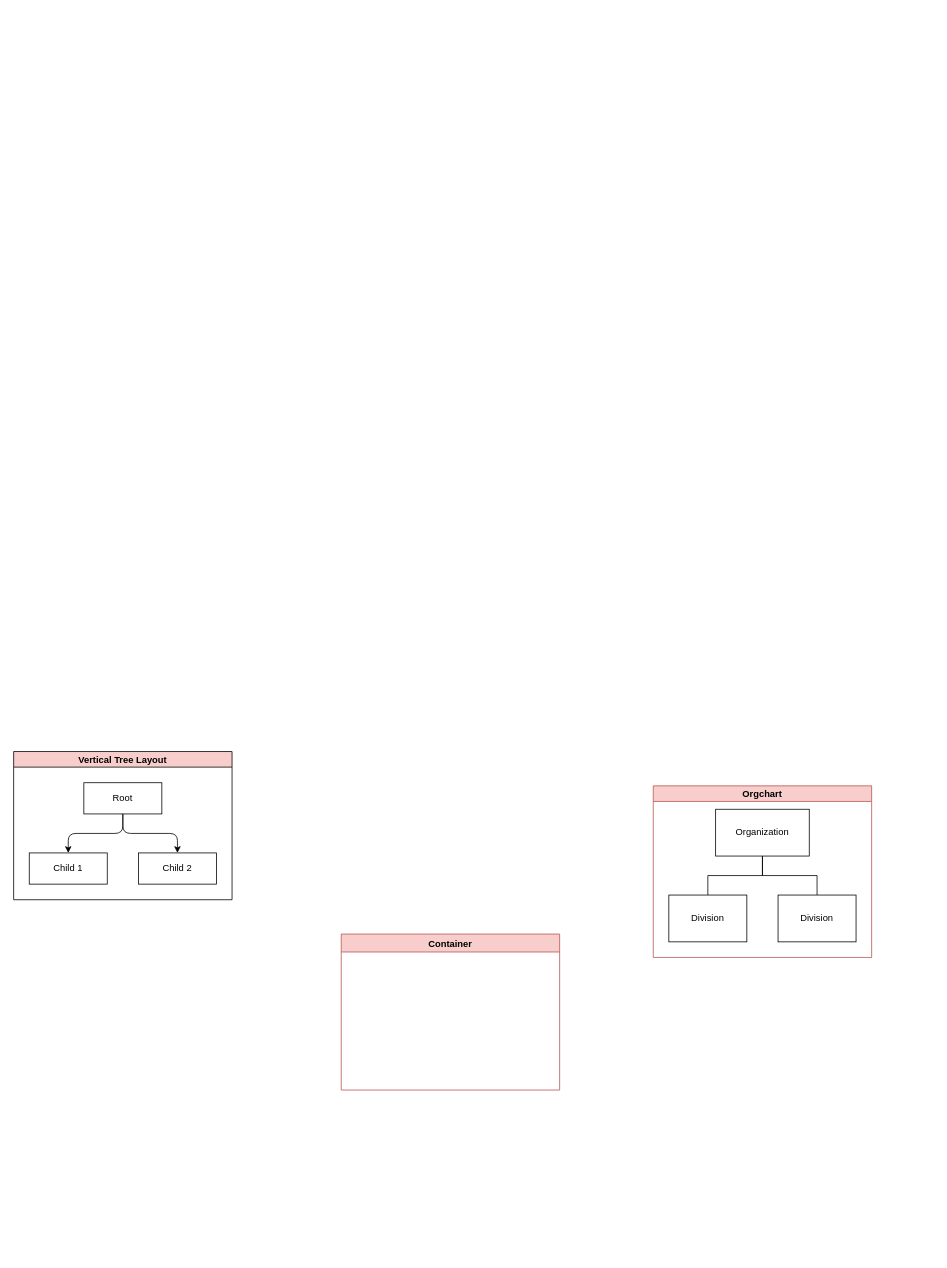
The draw.io diagram Диаграмма без названия.drawio in farums/diagrams, before the edit. Source tidied: cells renumbered, new cells numbered last; positions are measured from the earlier drawing's top-left corner, leaving out a move shared by most shapes. Both pictures are drawn from the tidied source at 78%, with x=0, y=0 at pixel (13, 751).
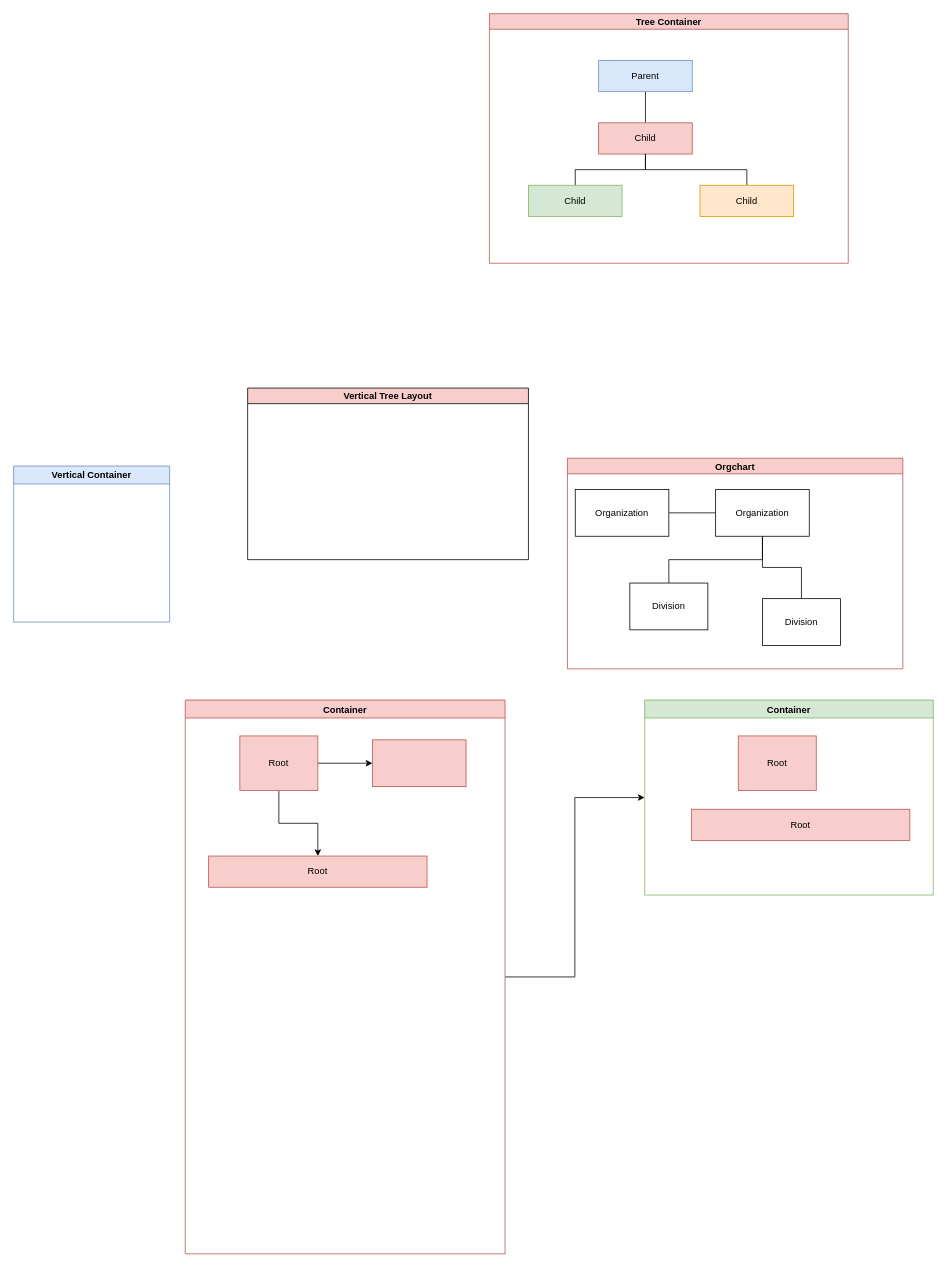
The same diagram, later.

Change to the diagram source:
```diff
@@
     <mxCell id="2" value="Vertical Tree Layout" style="swimlane;startSize=20;horizontal=1;horizontalTree=0;containerType=tree;fontSize=12;fillColor=#f8cecc;strokeColor=default;fillStyle=auto;gradientColor=none;swimlaneFillColor=default;" parent="1" vertex="1">
-      <mxGeometry width="280" height="190" as="geometry" />
+      <mxGeometry x="300" y="-466" width="360" height="220" as="geometry" />
     </mxCell>
-    <mxCell id="3" value="Root" style="whiteSpace=wrap;html=1;" parent="2" vertex="1">
-      <mxGeometry x="90" y="40" width="100" height="40" as="geometry" />
-    </mxCell>
-    <mxCell id="4" value="Child 1" style="whiteSpace=wrap;html=1;" parent="2" vertex="1">
-      <mxGeometry x="20" y="130" width="100" height="40" as="geometry" />
-    </mxCell>
-    <mxCell id="5" style="edgeStyle=elbowEdgeStyle;elbow=vertical;html=1;rounded=1;curved=0;sourcePerimeterSpacing=0;targetPerimeterSpacing=0;startSize=6;endSize=6;" parent="2" edge="1" source="3" target="4">
-      <mxGeometry relative="1" as="geometry" />
-    </mxCell>
-    <mxCell id="6" value="Child 2" style="whiteSpace=wrap;html=1;" parent="2" vertex="1">
-      <mxGeometry x="160" y="130" width="100" height="40" as="geometry" />
-    </mxCell>
-    <mxCell id="7" style="edgeStyle=elbowEdgeStyle;elbow=vertical;html=1;rounded=1;curved=0;sourcePerimeterSpacing=0;targetPerimeterSpacing=0;startSize=6;endSize=6;" parent="2" edge="1" source="3" target="6">
-      <mxGeometry relative="1" as="geometry" />
-    </mxCell>
     <mxCell id="8" value="Orgchart" style="swimlane;startSize=20;horizontal=1;containerType=tree;newEdgeStyle={&quot;edgeStyle&quot;:&quot;elbowEdgeStyle&quot;,&quot;startArrow&quot;:&quot;none&quot;,&quot;endArrow&quot;:&quot;none&quot;};fillColor=#f8cecc;strokeColor=#b85450;" parent="1" vertex="1">
-      <mxGeometry x="820" y="44" width="280" height="220" as="geometry" />
+      <mxGeometry x="710" y="-376" width="430" height="270" as="geometry" />
     </mxCell>
@@
     <mxCell id="11" value="Organization" style="whiteSpace=wrap;html=1;align=center;newEdgeStyle={&quot;edgeStyle&quot;:&quot;elbowEdgeStyle&quot;,&quot;startArrow&quot;:&quot;none&quot;,&quot;endArrow&quot;:&quot;none&quot;};" parent="8" vertex="1">
-      <mxGeometry x="80" y="30" width="120" height="60" as="geometry" />
+      <mxGeometry x="190" y="40" width="120" height="60" as="geometry" />
     </mxCell>
     <mxCell id="12" value="Division" style="whiteSpace=wrap;html=1;align=center;verticalAlign=middle;newEdgeStyle={&quot;edgeStyle&quot;:&quot;elbowEdgeStyle&quot;,&quot;startArrow&quot;:&quot;none&quot;,&quot;endArrow&quot;:&quot;none&quot;};" parent="8" vertex="1">
-      <mxGeometry x="20" y="140" width="100" height="60" as="geometry" />
+      <mxGeometry x="80" y="160" width="100" height="60" as="geometry" />
     </mxCell>
     <mxCell id="13" value="Division" style="whiteSpace=wrap;html=1;align=center;verticalAlign=middle;newEdgeStyle={&quot;edgeStyle&quot;:&quot;elbowEdgeStyle&quot;,&quot;startArrow&quot;:&quot;none&quot;,&quot;endArrow&quot;:&quot;none&quot;};" parent="8" vertex="1">
-      <mxGeometry x="160" y="140" width="100" height="60" as="geometry" />
+      <mxGeometry x="250" y="180" width="100" height="60" as="geometry" />
     </mxCell>
+    <mxCell id="15" style="edgeStyle=elbowEdgeStyle;rounded=0;jettySize=auto;html=1;elbow=horizontal;startArrow=none;endArrow=none;" parent="8" edge="1" source="11" target="16">
+      <mxGeometry relative="1" as="geometry" />
+    </mxCell>
+    <mxCell id="16" value="Organization" style="whiteSpace=wrap;html=1;align=center;newEdgeStyle={&quot;edgeStyle&quot;:&quot;elbowEdgeStyle&quot;,&quot;startArrow&quot;:&quot;none&quot;,&quot;endArrow&quot;:&quot;none&quot;};" parent="8" vertex="1">
+      <mxGeometry x="10" y="40" width="120" height="60" as="geometry" />
+    </mxCell>
+    <mxCell id="17" style="edgeStyle=orthogonalEdgeStyle;rounded=0;jettySize=auto;html=1;" parent="1" edge="1" source="14" target="22">
+      <mxGeometry relative="1" as="geometry" />
+    </mxCell>
     <mxCell id="14" value="Container" style="swimlane;fillColor=#f8cecc;strokeColor=#b85450;" parent="1" vertex="1">
-      <mxGeometry x="420" y="234" width="280" height="200" as="geometry" />
+      <mxGeometry x="220" y="-66" width="410" height="710" as="geometry" />
     </mxCell>
+    <mxCell id="18" style="edgeStyle=orthogonalEdgeStyle;rounded=0;jettySize=auto;html=1;" parent="14" edge="1" source="3" target="21">
+      <mxGeometry relative="1" as="geometry" />
+    </mxCell>
+    <mxCell id="19" style="edgeStyle=orthogonalEdgeStyle;rounded=0;jettySize=auto;html=1;" parent="14" edge="1" source="3" target="20">
+      <mxGeometry relative="1" as="geometry" />
+    </mxCell>
+    <mxCell id="3" value="Root" style="whiteSpace=wrap;html=1;fillColor=#f8cecc;strokeColor=#b85450;" parent="14" vertex="1">
+      <mxGeometry x="70" y="46" width="100" height="70" as="geometry" />
+    </mxCell>
+    <mxCell id="20" value="Root" style="whiteSpace=wrap;html=1;fillColor=#f8cecc;strokeColor=#b85450;" parent="14" vertex="1">
+      <mxGeometry x="30" y="200" width="280" height="40" as="geometry" />
+    </mxCell>
+    <mxCell id="21" style="whiteSpace=wrap;html=1;fillColor=#f8cecc;strokeColor=#b85450;" parent="14" vertex="1">
+      <mxGeometry x="240" y="51" width="120" height="60" as="geometry" />
+    </mxCell>
+    <mxCell id="22" value="Container" style="swimlane;fillColor=#d5e8d4;strokeColor=#82b366;gradientColor=none;swimlaneFillColor=none;shadow=0;rounded=0;glass=0;absoluteArcSize=0;noLabel=0;snapToPoint=0;fixDash=0;" parent="1" vertex="1">
+      <mxGeometry x="809" y="-66" width="370" height="250" as="geometry" />
+    </mxCell>
+    <mxCell id="23" value="Root" style="whiteSpace=wrap;html=1;fillColor=#f8cecc;strokeColor=#b85450;" parent="22" vertex="1">
+      <mxGeometry x="120" y="46" width="100" height="70" as="geometry" />
+    </mxCell>
+    <mxCell id="24" value="Root" style="whiteSpace=wrap;html=1;fillColor=#f8cecc;strokeColor=#b85450;" parent="22" vertex="1">
+      <mxGeometry x="60" y="140" width="280" height="40" as="geometry" />
+    </mxCell>
+    <mxCell id="25" value="Vertical Container" style="swimlane;whiteSpace=wrap;html=1;fillColor=#dae8fc;strokeColor=#6c8ebf;" parent="1" vertex="1">
+      <mxGeometry y="-366" width="200" height="200" as="geometry" />
+    </mxCell>
+    <mxCell id="26" value="Tree Container" style="swimlane;startSize=20;horizontal=1;containerType=tree;fillColor=#f8cecc;strokeColor=#b85450;" parent="1" vertex="1">
+      <mxGeometry x="610" y="-946" width="460" height="320" as="geometry" />
+    </mxCell>
+    <mxCell id="27" style="edgeStyle=elbowEdgeStyle;elbow=vertical;sourcePerimeterSpacing=0;targetPerimeterSpacing=0;startArrow=none;endArrow=none;rounded=0;curved=0;" parent="26" edge="1" source="28" target="29">
+      <mxGeometry relative="1" as="geometry" />
+    </mxCell>
+    <mxCell id="28" value="Parent" style="whiteSpace=wrap;html=1;newEdgeStyle={&quot;edgeStyle&quot;:&quot;elbowEdgeStyle&quot;,&quot;startArrow&quot;:&quot;none&quot;,&quot;endArrow&quot;:&quot;none&quot;};fillColor=#dae8fc;strokeColor=#6c8ebf;" parent="26" vertex="1">
+      <mxGeometry x="140" y="60" width="120" height="40" as="geometry" />
+    </mxCell>
+    <mxCell id="29" value="Child" style="whiteSpace=wrap;html=1;newEdgeStyle={&quot;edgeStyle&quot;:&quot;elbowEdgeStyle&quot;,&quot;startArrow&quot;:&quot;none&quot;,&quot;endArrow&quot;:&quot;none&quot;};fillColor=#f8cecc;strokeColor=#b85450;" parent="26" vertex="1">
+      <mxGeometry x="140" y="140" width="120" height="40" as="geometry" />
+    </mxCell>
+    <mxCell id="30" style="edgeStyle=elbowEdgeStyle;elbow=vertical;sourcePerimeterSpacing=0;targetPerimeterSpacing=0;startArrow=none;endArrow=none;rounded=0;curved=0;" parent="26" edge="1" source="29" target="31">
+      <mxGeometry relative="1" as="geometry" />
+    </mxCell>
+    <mxCell id="31" value="Child" style="whiteSpace=wrap;html=1;newEdgeStyle={&quot;edgeStyle&quot;:&quot;elbowEdgeStyle&quot;,&quot;startArrow&quot;:&quot;none&quot;,&quot;endArrow&quot;:&quot;none&quot;};fillColor=#d5e8d4;strokeColor=#82b366;" parent="26" vertex="1">
+      <mxGeometry x="50" y="220" width="120" height="40" as="geometry" />
+    </mxCell>
+    <mxCell id="32" style="edgeStyle=elbowEdgeStyle;elbow=vertical;sourcePerimeterSpacing=0;targetPerimeterSpacing=0;startArrow=none;endArrow=none;rounded=0;curved=0;" parent="26" edge="1" source="29" target="33">
+      <mxGeometry relative="1" as="geometry" />
+    </mxCell>
+    <mxCell id="33" value="Child" style="whiteSpace=wrap;html=1;newEdgeStyle={&quot;edgeStyle&quot;:&quot;elbowEdgeStyle&quot;,&quot;startArrow&quot;:&quot;none&quot;,&quot;endArrow&quot;:&quot;none&quot;};fillColor=#ffe6cc;strokeColor=#d79b00;" parent="26" vertex="1">
+      <mxGeometry x="270" y="220" width="120" height="40" as="geometry" />
+    </mxCell>
```
